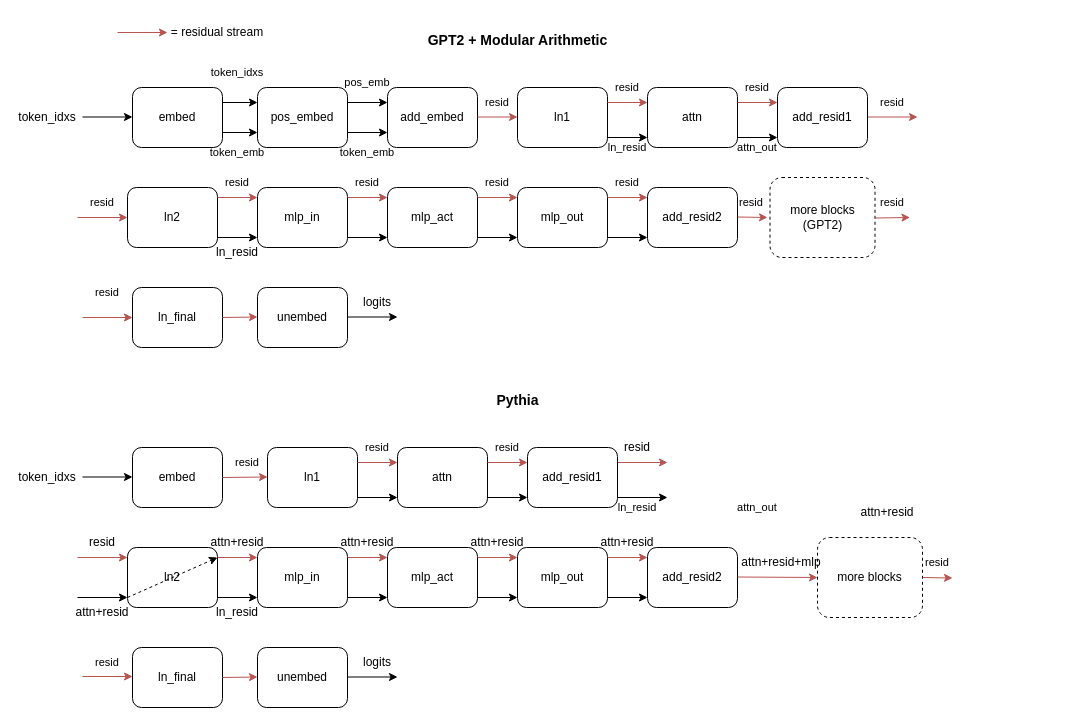
Above: docs/SequentialTransformer.drawio in ApolloResearch/rib (draw.io), before the change. Source tidied: cells renumbered, new cells numbered last; positions are measured from the earlier drawing's top-left corner, leaving out a move shared by most shapes. Both pictures are drawn from the tidied source at 100%, with x=0, y=0 at pixel (17, 17).
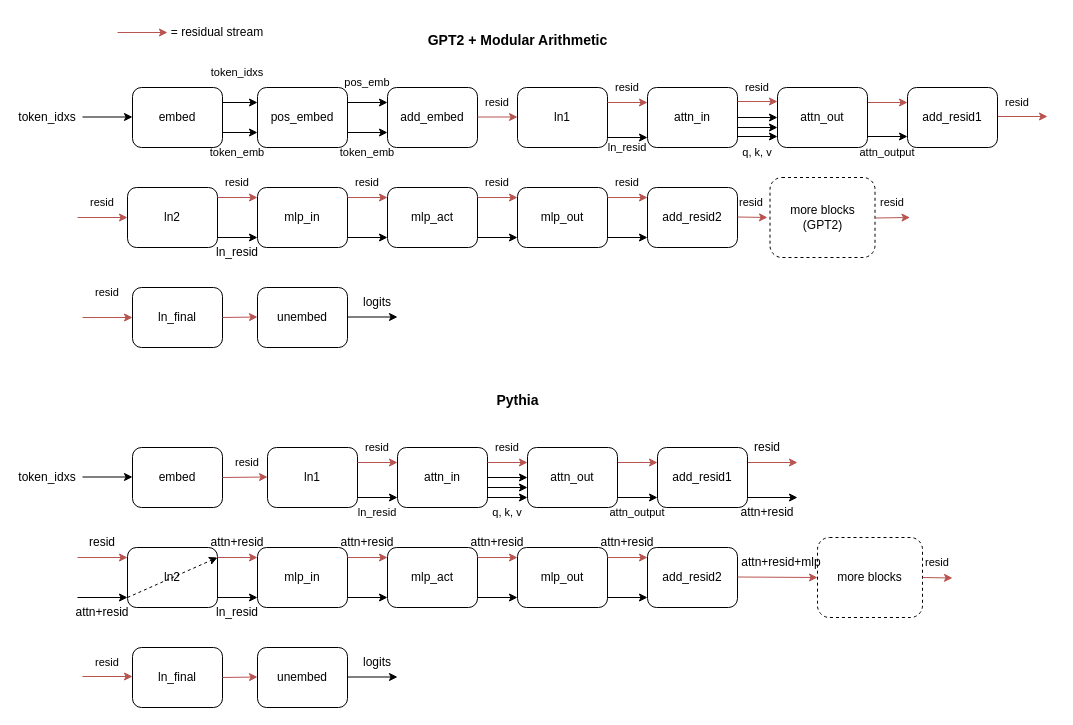
The same page after the edit.

Diff of the diagram source:
```diff
@@
-    <mxCell id="10" value="attn" style="rounded=1;whiteSpace=wrap;html=1;" parent="1" vertex="1">
+    <mxCell id="10" value="attn_in" style="rounded=1;whiteSpace=wrap;html=1;" parent="1" vertex="1">
       <mxGeometry x="630" y="70" width="90" height="60" as="geometry" />
     </mxCell>
@@
     <mxCell id="28" style="endArrow=classic;html=1;rounded=0;fillColor=#f8cecc;strokeColor=#b85450;" parent="1" edge="1">
       <mxGeometry relative="1" as="geometry">
-        <mxPoint x="850" y="99.5" as="sourcePoint" />
-        <mxPoint x="900" y="99.5" as="targetPoint" />
+        <mxPoint x="980" y="99" as="sourcePoint" />
+        <mxPoint x="1030" y="99" as="targetPoint" />
       </mxGeometry>
     </mxCell>
@@
     <mxCell id="31" value="add_resid1" style="rounded=1;whiteSpace=wrap;html=1;" parent="1" vertex="1">
-      <mxGeometry x="760" y="70" width="90" height="60" as="geometry" />
+      <mxGeometry x="890" y="70" width="90" height="60" as="geometry" />
     </mxCell>
     <mxCell id="32" style="endArrow=classic;html=1;rounded=0;fillColor=#f8cecc;strokeColor=#b85450;" parent="1" edge="1">
       <mxGeometry relative="1" as="geometry">
-        <mxPoint x="720" y="85" as="sourcePoint" />
-        <mxPoint x="760" y="85" as="targetPoint" />
+        <mxPoint x="850" y="85" as="sourcePoint" />
+        <mxPoint x="890" y="85" as="targetPoint" />
       </mxGeometry>
     </mxCell>
     <mxCell id="33" style="endArrow=classic;html=1;rounded=0;" parent="1" edge="1">
       <mxGeometry relative="1" as="geometry">
-        <mxPoint x="720" y="120" as="sourcePoint" />
-        <mxPoint x="760" y="120" as="targetPoint" />
+        <mxPoint x="850" y="119" as="sourcePoint" />
+        <mxPoint x="890" y="119" as="targetPoint" />
       </mxGeometry>
     </mxCell>
@@
-    <mxCell id="50" value="attn" style="rounded=1;whiteSpace=wrap;html=1;" parent="1" vertex="1">
+    <mxCell id="50" value="attn_in" style="rounded=1;whiteSpace=wrap;html=1;" parent="1" vertex="1">
       <mxGeometry x="380" y="430" width="90" height="60" as="geometry" />
     </mxCell>
@@
     <mxCell id="68" style="endArrow=classic;html=1;rounded=0;fillColor=#f8cecc;strokeColor=#b85450;" parent="1" edge="1">
       <mxGeometry relative="1" as="geometry">
-        <mxPoint x="600" y="445" as="sourcePoint" />
-        <mxPoint x="650" y="445" as="targetPoint" />
+        <mxPoint x="730" y="445" as="sourcePoint" />
+        <mxPoint x="780" y="445" as="targetPoint" />
       </mxGeometry>
     </mxCell>
@@
     <mxCell id="71" value="add_resid1" style="rounded=1;whiteSpace=wrap;html=1;" parent="1" vertex="1">
-      <mxGeometry x="510" y="430" width="90" height="60" as="geometry" />
+      <mxGeometry x="640" y="430" width="90" height="60" as="geometry" />
     </mxCell>
     <mxCell id="72" style="endArrow=classic;html=1;rounded=0;fillColor=#f8cecc;strokeColor=#b85450;" parent="1" edge="1">
       <mxGeometry relative="1" as="geometry">
-        <mxPoint x="470" y="445" as="sourcePoint" />
-        <mxPoint x="510" y="445" as="targetPoint" />
+        <mxPoint x="600" y="445" as="sourcePoint" />
+        <mxPoint x="640" y="445" as="targetPoint" />
       </mxGeometry>
     </mxCell>
     <mxCell id="73" style="endArrow=classic;html=1;rounded=0;" parent="1" edge="1">
       <mxGeometry relative="1" as="geometry">
-        <mxPoint x="470" y="480" as="sourcePoint" />
-        <mxPoint x="510" y="480" as="targetPoint" />
+        <mxPoint x="600" y="480" as="sourcePoint" />
+        <mxPoint x="640" y="480" as="targetPoint" />
       </mxGeometry>
     </mxCell>
@@
     <mxCell id="78" style="endArrow=classic;html=1;rounded=0;" parent="1" edge="1">
       <mxGeometry relative="1" as="geometry">
-        <mxPoint x="600" y="480" as="sourcePoint" />
-        <mxPoint x="650" y="480" as="targetPoint" />
+        <mxPoint x="730" y="480" as="sourcePoint" />
+        <mxPoint x="780" y="480" as="targetPoint" />
       </mxGeometry>
     </mxCell>
     <mxCell id="79" value="attn+resid" style="text;html=1;strokeColor=none;fillColor=none;align=center;verticalAlign=middle;whiteSpace=wrap;rounded=0;" parent="1" vertex="1">
-      <mxGeometry x="840" y="480" width="60" height="30" as="geometry" />
+      <mxGeometry x="720" y="480" width="60" height="30" as="geometry" />
     </mxCell>
@@
     <mxCell id="82" value="resid" style="text;html=1;strokeColor=none;fillColor=none;align=center;verticalAlign=middle;whiteSpace=wrap;rounded=0;" parent="1" vertex="1">
-      <mxGeometry x="590" y="415" width="60" height="30" as="geometry" />
+      <mxGeometry x="720" y="415" width="60" height="30" as="geometry" />
     </mxCell>
@@
     <mxCell id="102" value="&lt;span style=&quot;font-size: 11px;&quot;&gt;ln_resid&lt;/span&gt;" style="text;html=1;strokeColor=none;fillColor=none;align=center;verticalAlign=middle;whiteSpace=wrap;rounded=0;" parent="1" vertex="1">
-      <mxGeometry x="590" y="475" width="60" height="30" as="geometry" />
+      <mxGeometry x="330" y="480" width="60" height="30" as="geometry" />
     </mxCell>
-    <mxCell id="103" value="&lt;span style=&quot;font-size: 11px;&quot;&gt;attn_out&lt;/span&gt;" style="text;html=1;strokeColor=none;fillColor=none;align=center;verticalAlign=middle;whiteSpace=wrap;rounded=0;" parent="1" vertex="1">
-      <mxGeometry x="710" y="475" width="60" height="30" as="geometry" />
-    </mxCell>
@@
-    <mxCell id="110" value="&lt;span style=&quot;font-size: 11px;&quot;&gt;attn_out&lt;/span&gt;" style="text;html=1;strokeColor=none;fillColor=none;align=center;verticalAlign=middle;whiteSpace=wrap;rounded=0;" parent="1" vertex="1">
-      <mxGeometry x="710" y="115" width="60" height="30" as="geometry" />
+    <mxCell id="110" value="&lt;span style=&quot;font-size: 11px;&quot;&gt;attn_output&lt;/span&gt;" style="text;html=1;strokeColor=none;fillColor=none;align=center;verticalAlign=middle;whiteSpace=wrap;rounded=0;" parent="1" vertex="1">
+      <mxGeometry x="840" y="120" width="60" height="30" as="geometry" />
     </mxCell>
     <mxCell id="111" value="&lt;span style=&quot;font-size: 11px;&quot;&gt;resid&lt;/span&gt;" style="text;html=1;strokeColor=none;fillColor=none;align=center;verticalAlign=middle;whiteSpace=wrap;rounded=0;" parent="1" vertex="1">
-      <mxGeometry x="845" y="70" width="60" height="30" as="geometry" />
+      <mxGeometry x="970" y="70" width="60" height="30" as="geometry" />
     </mxCell>
@@
+    <mxCell id="129" value="attn_out" style="rounded=1;whiteSpace=wrap;html=1;" parent="1" vertex="1">
+      <mxGeometry x="510" y="430" width="90" height="60" as="geometry" />
+    </mxCell>
+    <mxCell id="130" style="endArrow=classic;html=1;rounded=0;fillColor=#f8cecc;strokeColor=#b85450;" parent="1" edge="1">
+      <mxGeometry relative="1" as="geometry">
+        <mxPoint x="470" y="445" as="sourcePoint" />
+        <mxPoint x="510" y="445" as="targetPoint" />
+      </mxGeometry>
+    </mxCell>
+    <mxCell id="131" style="endArrow=classic;html=1;rounded=0;" parent="1" edge="1">
+      <mxGeometry relative="1" as="geometry">
+        <mxPoint x="470" y="480" as="sourcePoint" />
+        <mxPoint x="510" y="480" as="targetPoint" />
+      </mxGeometry>
+    </mxCell>
+    <mxCell id="132" style="endArrow=classic;html=1;rounded=0;" parent="1" edge="1">
+      <mxGeometry relative="1" as="geometry">
+        <mxPoint x="470" y="470" as="sourcePoint" />
+        <mxPoint x="510" y="470" as="targetPoint" />
+      </mxGeometry>
+    </mxCell>
+    <mxCell id="133" style="endArrow=classic;html=1;rounded=0;" parent="1" edge="1">
+      <mxGeometry relative="1" as="geometry">
+        <mxPoint x="470" y="460" as="sourcePoint" />
+        <mxPoint x="510" y="460" as="targetPoint" />
+      </mxGeometry>
+    </mxCell>
+    <mxCell id="134" value="&lt;span style=&quot;font-size: 11px;&quot;&gt;q, k, v&lt;/span&gt;" style="text;html=1;strokeColor=none;fillColor=none;align=center;verticalAlign=middle;whiteSpace=wrap;rounded=0;" parent="1" vertex="1">
+      <mxGeometry x="460" y="480" width="60" height="30" as="geometry" />
+    </mxCell>
+    <mxCell id="135" value="&lt;span style=&quot;font-size: 11px;&quot;&gt;attn_output&lt;/span&gt;" style="text;html=1;strokeColor=none;fillColor=none;align=center;verticalAlign=middle;whiteSpace=wrap;rounded=0;" parent="1" vertex="1">
+      <mxGeometry x="590" y="480" width="60" height="30" as="geometry" />
+    </mxCell>
+    <mxCell id="136" value="attn_out" style="rounded=1;whiteSpace=wrap;html=1;" parent="1" vertex="1">
+      <mxGeometry x="760" y="70" width="90" height="60" as="geometry" />
+    </mxCell>
+    <mxCell id="137" style="endArrow=classic;html=1;rounded=0;fillColor=#f8cecc;strokeColor=#b85450;" parent="1" edge="1">
+      <mxGeometry relative="1" as="geometry">
+        <mxPoint x="720" y="84" as="sourcePoint" />
+        <mxPoint x="760" y="84" as="targetPoint" />
+      </mxGeometry>
+    </mxCell>
+    <mxCell id="138" style="endArrow=classic;html=1;rounded=0;" parent="1" edge="1">
+      <mxGeometry relative="1" as="geometry">
+        <mxPoint x="720" y="119" as="sourcePoint" />
+        <mxPoint x="760" y="119" as="targetPoint" />
+      </mxGeometry>
+    </mxCell>
+    <mxCell id="139" style="endArrow=classic;html=1;rounded=0;" parent="1" edge="1">
+      <mxGeometry relative="1" as="geometry">
+        <mxPoint x="720" y="110" as="sourcePoint" />
+        <mxPoint x="760" y="110" as="targetPoint" />
+      </mxGeometry>
+    </mxCell>
+    <mxCell id="140" style="endArrow=classic;html=1;rounded=0;" parent="1" edge="1">
+      <mxGeometry relative="1" as="geometry">
+        <mxPoint x="720" y="100" as="sourcePoint" />
+        <mxPoint x="760" y="100" as="targetPoint" />
+      </mxGeometry>
+    </mxCell>
+    <mxCell id="141" value="&lt;span style=&quot;font-size: 11px;&quot;&gt;q, k, v&lt;/span&gt;" style="text;html=1;strokeColor=none;fillColor=none;align=center;verticalAlign=middle;whiteSpace=wrap;rounded=0;" parent="1" vertex="1">
+      <mxGeometry x="710" y="120" width="60" height="30" as="geometry" />
+    </mxCell>
```
